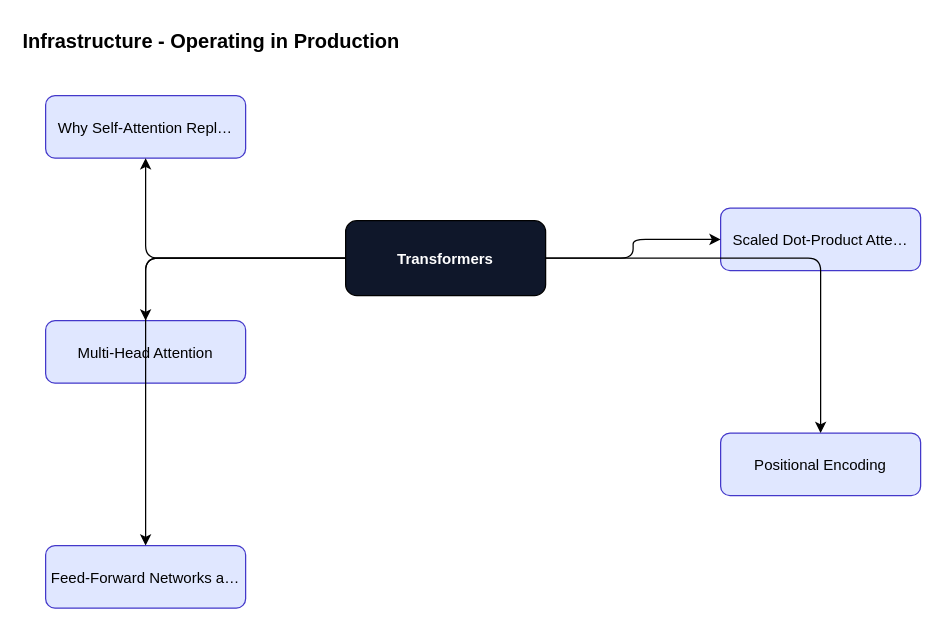
Earlier version of the draw.io diagram content/transformers/transformers-foundations/diagrams/fig-025-infrastructure.drawio (ankit05121980/AI-University). Source tidied: cells renumbered, new cells numbered last; positions are measured from the earlier drawing's top-left corner, leaving out a move shared by most shapes. Both pictures are drawn from the tidied source at 125%, with x=0, y=0 at pixel (20, 20).
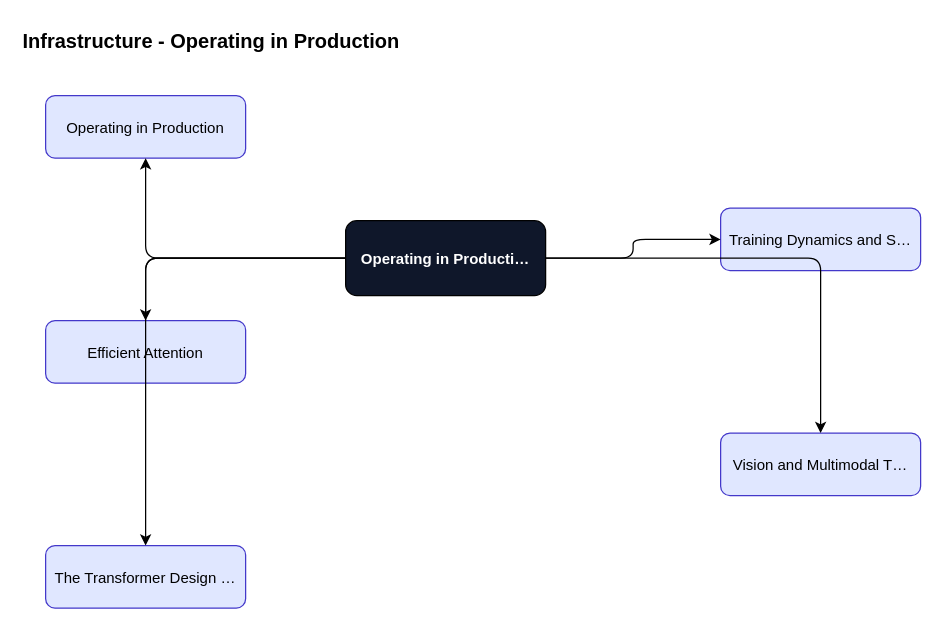
After the change.

The edit, as a diff of the source:
```diff
@@
 <mxGraphModel>
   <root>
     <mxCell id="0" />
     <mxCell id="1" parent="0" />
     <mxCell id="2" value="Infrastructure - Operating in Production" style="text;fontSize=16;fontStyle=1;" parent="1" vertex="1">
       <mxGeometry width="600" height="30" as="geometry" />
     </mxCell>
-    <mxCell id="3" value="Transformers" style="rounded=1;fillColor=#0f172a;fontColor=#ffffff;fontStyle=1;" parent="1" vertex="1">
+    <mxCell id="3" value="Operating in Producti…" style="rounded=1;fillColor=#0f172a;fontColor=#ffffff;fontStyle=1;" parent="1" vertex="1">
       <mxGeometry x="260" y="160" width="160" height="60" as="geometry" />
     </mxCell>
-    <mxCell id="4" value="Why Self-Attention Repl…" style="rounded=1;fillColor=#e0e7ff;strokeColor=#4338ca;" parent="1" vertex="1">
+    <mxCell id="4" value="Operating in Production" style="rounded=1;fillColor=#e0e7ff;strokeColor=#4338ca;" parent="1" vertex="1">
       <mxGeometry x="20" y="60" width="160" height="50" as="geometry" />
     </mxCell>
     <mxCell id="5" style="edgeStyle=orthogonalEdgeStyle;" parent="1" edge="1" source="3" target="4">
       <mxGeometry relative="1" as="geometry" />
     </mxCell>
-    <mxCell id="6" value="Scaled Dot-Product Atte…" style="rounded=1;fillColor=#e0e7ff;strokeColor=#4338ca;" parent="1" vertex="1">
+    <mxCell id="6" value="Training Dynamics and S…" style="rounded=1;fillColor=#e0e7ff;strokeColor=#4338ca;" parent="1" vertex="1">
       <mxGeometry x="560" y="150" width="160" height="50" as="geometry" />
     </mxCell>
     <mxCell id="7" style="edgeStyle=orthogonalEdgeStyle;" parent="1" edge="1" source="3" target="6">
       <mxGeometry relative="1" as="geometry" />
     </mxCell>
-    <mxCell id="8" value="Multi-Head Attention" style="rounded=1;fillColor=#e0e7ff;strokeColor=#4338ca;" parent="1" vertex="1">
+    <mxCell id="8" value="Efficient Attention" style="rounded=1;fillColor=#e0e7ff;strokeColor=#4338ca;" parent="1" vertex="1">
       <mxGeometry x="20" y="240" width="160" height="50" as="geometry" />
     </mxCell>
     <mxCell id="9" style="edgeStyle=orthogonalEdgeStyle;" parent="1" edge="1" source="3" target="8">
       <mxGeometry relative="1" as="geometry" />
     </mxCell>
-    <mxCell id="10" value="Positional Encoding" style="rounded=1;fillColor=#e0e7ff;strokeColor=#4338ca;" parent="1" vertex="1">
+    <mxCell id="10" value="Vision and Multimodal T…" style="rounded=1;fillColor=#e0e7ff;strokeColor=#4338ca;" parent="1" vertex="1">
       <mxGeometry x="560" y="330" width="160" height="50" as="geometry" />
     </mxCell>
     <mxCell id="11" style="edgeStyle=orthogonalEdgeStyle;" parent="1" edge="1" source="3" target="10">
       <mxGeometry relative="1" as="geometry" />
     </mxCell>
-    <mxCell id="12" value="Feed-Forward Networks a…" style="rounded=1;fillColor=#e0e7ff;strokeColor=#4338ca;" parent="1" vertex="1">
+    <mxCell id="12" value="The Transformer Design …" style="rounded=1;fillColor=#e0e7ff;strokeColor=#4338ca;" parent="1" vertex="1">
       <mxGeometry x="20" y="420" width="160" height="50" as="geometry" />
     </mxCell>
     <mxCell id="13" style="edgeStyle=orthogonalEdgeStyle;" parent="1" edge="1" source="3" target="12">
       <mxGeometry relative="1" as="geometry" />
     </mxCell>
   </root>
 </mxGraphModel>
```
